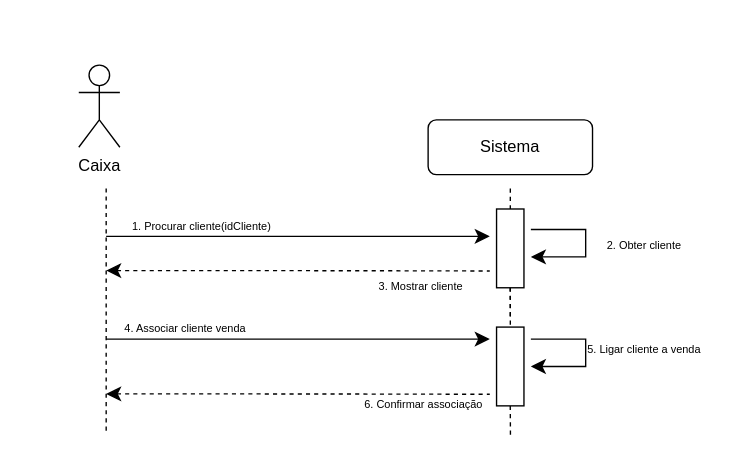
Above: Documentation/Iteration01/diagramas/uc09.drawio in compaqle/fsoft2026_1DB_3 (draw.io), before the change. Source tidied: cells renumbered, new cells numbered last; positions are measured from the earlier drawing's top-left corner, leaving out a move shared by most shapes. Both pictures are drawn from the tidied source at 137%, with x=0, y=0 at pixel (78, 64).
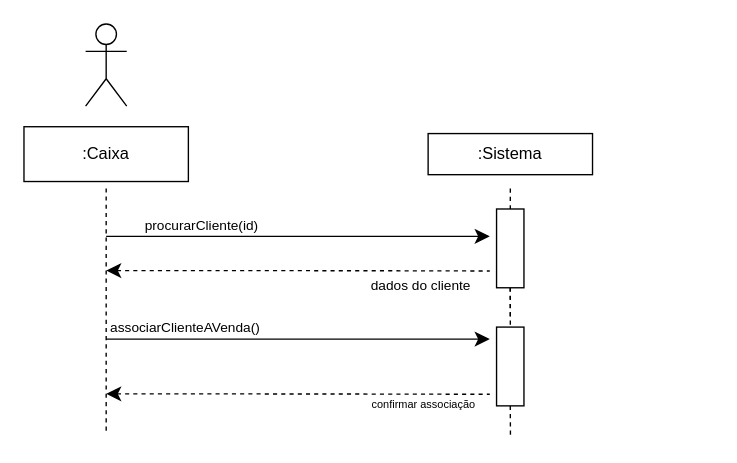
The same diagram, later.

What changed in the source:
```diff
@@
-    <mxCell id="3" value="&lt;span style=&quot;font-size: 8px;&quot;&gt;1. Procurar cliente(idCliente)&lt;/span&gt;" style="text;html=1;whiteSpace=wrap;strokeColor=none;fillColor=none;align=center;verticalAlign=middle;rounded=0;fontSize=16;" parent="1" vertex="1">
+    <mxCell id="3" value="&lt;font style=&quot;font-size: 10px;&quot;&gt;procurarCliente(id)&lt;/font&gt;" style="text;html=1;whiteSpace=wrap;strokeColor=none;fillColor=none;align=center;verticalAlign=middle;rounded=0;fontSize=16;" parent="1" vertex="1">
       <mxGeometry x="10" y="100" width="160" height="30" as="geometry" />
     </mxCell>
@@
-    <mxCell id="5" value="&lt;font style=&quot;font-size: 8px;&quot;&gt;6. Confirmar associação&lt;/font&gt;" style="text;html=1;whiteSpace=wrap;strokeColor=none;fillColor=none;align=center;verticalAlign=middle;rounded=0;fontSize=16;" parent="1" vertex="1">
+    <mxCell id="5" value="&lt;font style=&quot;font-size: 8px;&quot;&gt;confirmar associação&lt;/font&gt;" style="text;html=1;whiteSpace=wrap;strokeColor=none;fillColor=none;align=center;verticalAlign=middle;rounded=0;fontSize=16;" parent="1" vertex="1">
       <mxGeometry x="190" y="230" width="123.8" height="30" as="geometry" />
     </mxCell>
@@
-    <mxCell id="10" value="Caixa" style="shape=umlActor;verticalLabelPosition=bottom;verticalAlign=top;html=1;" parent="1" vertex="1">
-      <mxGeometry width="30" height="60" as="geometry" />
+    <mxCell id="10" style="shape=umlActor;verticalLabelPosition=bottom;verticalAlign=top;html=1;" parent="1" vertex="1">
+      <mxGeometry x="5" y="-30" width="30" height="60" as="geometry" />
     </mxCell>
-    <mxCell id="11" value="Sistema" style="rounded=1;whiteSpace=wrap;html=1;" parent="1" vertex="1">
-      <mxGeometry x="255" y="40" width="120" height="40" as="geometry" />
-    </mxCell>
-    <mxCell id="12" value="&lt;font style=&quot;font-size: 8px;&quot;&gt;3. Mostrar cliente&lt;/font&gt;" style="text;html=1;whiteSpace=wrap;strokeColor=none;fillColor=none;align=center;verticalAlign=middle;rounded=0;fontSize=16;" parent="1" vertex="1">
+    <mxCell id="12" value="&lt;font style=&quot;font-size: 10px;&quot;&gt;dados do cliente&lt;/font&gt;" style="text;html=1;whiteSpace=wrap;strokeColor=none;fillColor=none;align=center;verticalAlign=middle;rounded=0;fontSize=16;" parent="1" vertex="1">
       <mxGeometry x="200" y="143.8" width="100" height="30" as="geometry" />
     </mxCell>
@@
-    <mxCell id="14" style="edgeStyle=segmentEdgeStyle;endArrow=classic;html=1;curved=0;rounded=0;endSize=8;startSize=8;sourcePerimeterSpacing=0;targetPerimeterSpacing=0;fontSize=12;" parent="1" edge="1">
-      <mxGeometry relative="1" as="geometry">
-        <mxPoint x="330" y="200" as="sourcePoint" />
-        <mxPoint x="330" y="220" as="targetPoint" />
-        <Array as="points">
-          <mxPoint x="370" y="200" />
-          <mxPoint x="370" y="220" />
-          <mxPoint x="350" y="220" />
-        </Array>
-      </mxGeometry>
-    </mxCell>
-    <mxCell id="15" value="&lt;font style=&quot;font-size: 8px;&quot;&gt;4. Associar cliente venda&lt;/font&gt;" style="text;html=1;whiteSpace=wrap;strokeColor=none;fillColor=none;align=center;verticalAlign=middle;rounded=0;fontSize=16;" parent="1" vertex="1">
+    <mxCell id="15" value="&lt;font style=&quot;font-size: 10px;&quot;&gt;associarClienteAVenda()&lt;/font&gt;" style="text;html=1;whiteSpace=wrap;strokeColor=none;fillColor=none;align=center;verticalAlign=middle;rounded=0;fontSize=16;" parent="1" vertex="1">
       <mxGeometry x="28.1" y="173.8" width="100" height="30" as="geometry" />
     </mxCell>
-    <mxCell id="16" value="&lt;font style=&quot;font-size: 8px;&quot;&gt;5. Ligar cliente a venda&lt;/font&gt;" style="text;html=1;whiteSpace=wrap;strokeColor=none;fillColor=none;align=center;verticalAlign=middle;rounded=0;fontSize=16;" parent="1" vertex="1">
-      <mxGeometry x="363.1" y="190" width="100" height="30" as="geometry" />
-    </mxCell>
@@
-    <mxCell id="21" style="edgeStyle=segmentEdgeStyle;endArrow=classic;html=1;curved=0;rounded=0;endSize=8;startSize=8;sourcePerimeterSpacing=0;targetPerimeterSpacing=0;fontSize=12;" parent="1" edge="1">
-      <mxGeometry relative="1" as="geometry">
-        <mxPoint x="330" y="120" as="sourcePoint" />
-        <mxPoint x="330" y="140" as="targetPoint" />
-        <Array as="points">
-          <mxPoint x="370" y="120" />
-          <mxPoint x="370" y="140" />
-          <mxPoint x="350" y="140" />
-        </Array>
-      </mxGeometry>
-    </mxCell>
-    <mxCell id="22" value="&lt;font style=&quot;font-size: 8px;&quot;&gt;2. Obter cliente&lt;/font&gt;" style="text;html=1;whiteSpace=wrap;strokeColor=none;fillColor=none;align=center;verticalAlign=middle;rounded=0;fontSize=16;" parent="1" vertex="1">
-      <mxGeometry x="363.1" y="113.8" width="100" height="30" as="geometry" />
-    </mxCell>
+    <mxCell id="23" value=":Sistema" style="rounded=0;whiteSpace=wrap;html=1;" parent="1" vertex="1">
+      <mxGeometry x="255" y="50" width="120" height="30" as="geometry" />
+    </mxCell>
+    <mxCell id="24" value=":Caixa" style="rounded=0;whiteSpace=wrap;html=1;" parent="1" vertex="1">
+      <mxGeometry x="-40" y="45" width="120" height="40" as="geometry" />
+    </mxCell>
```
